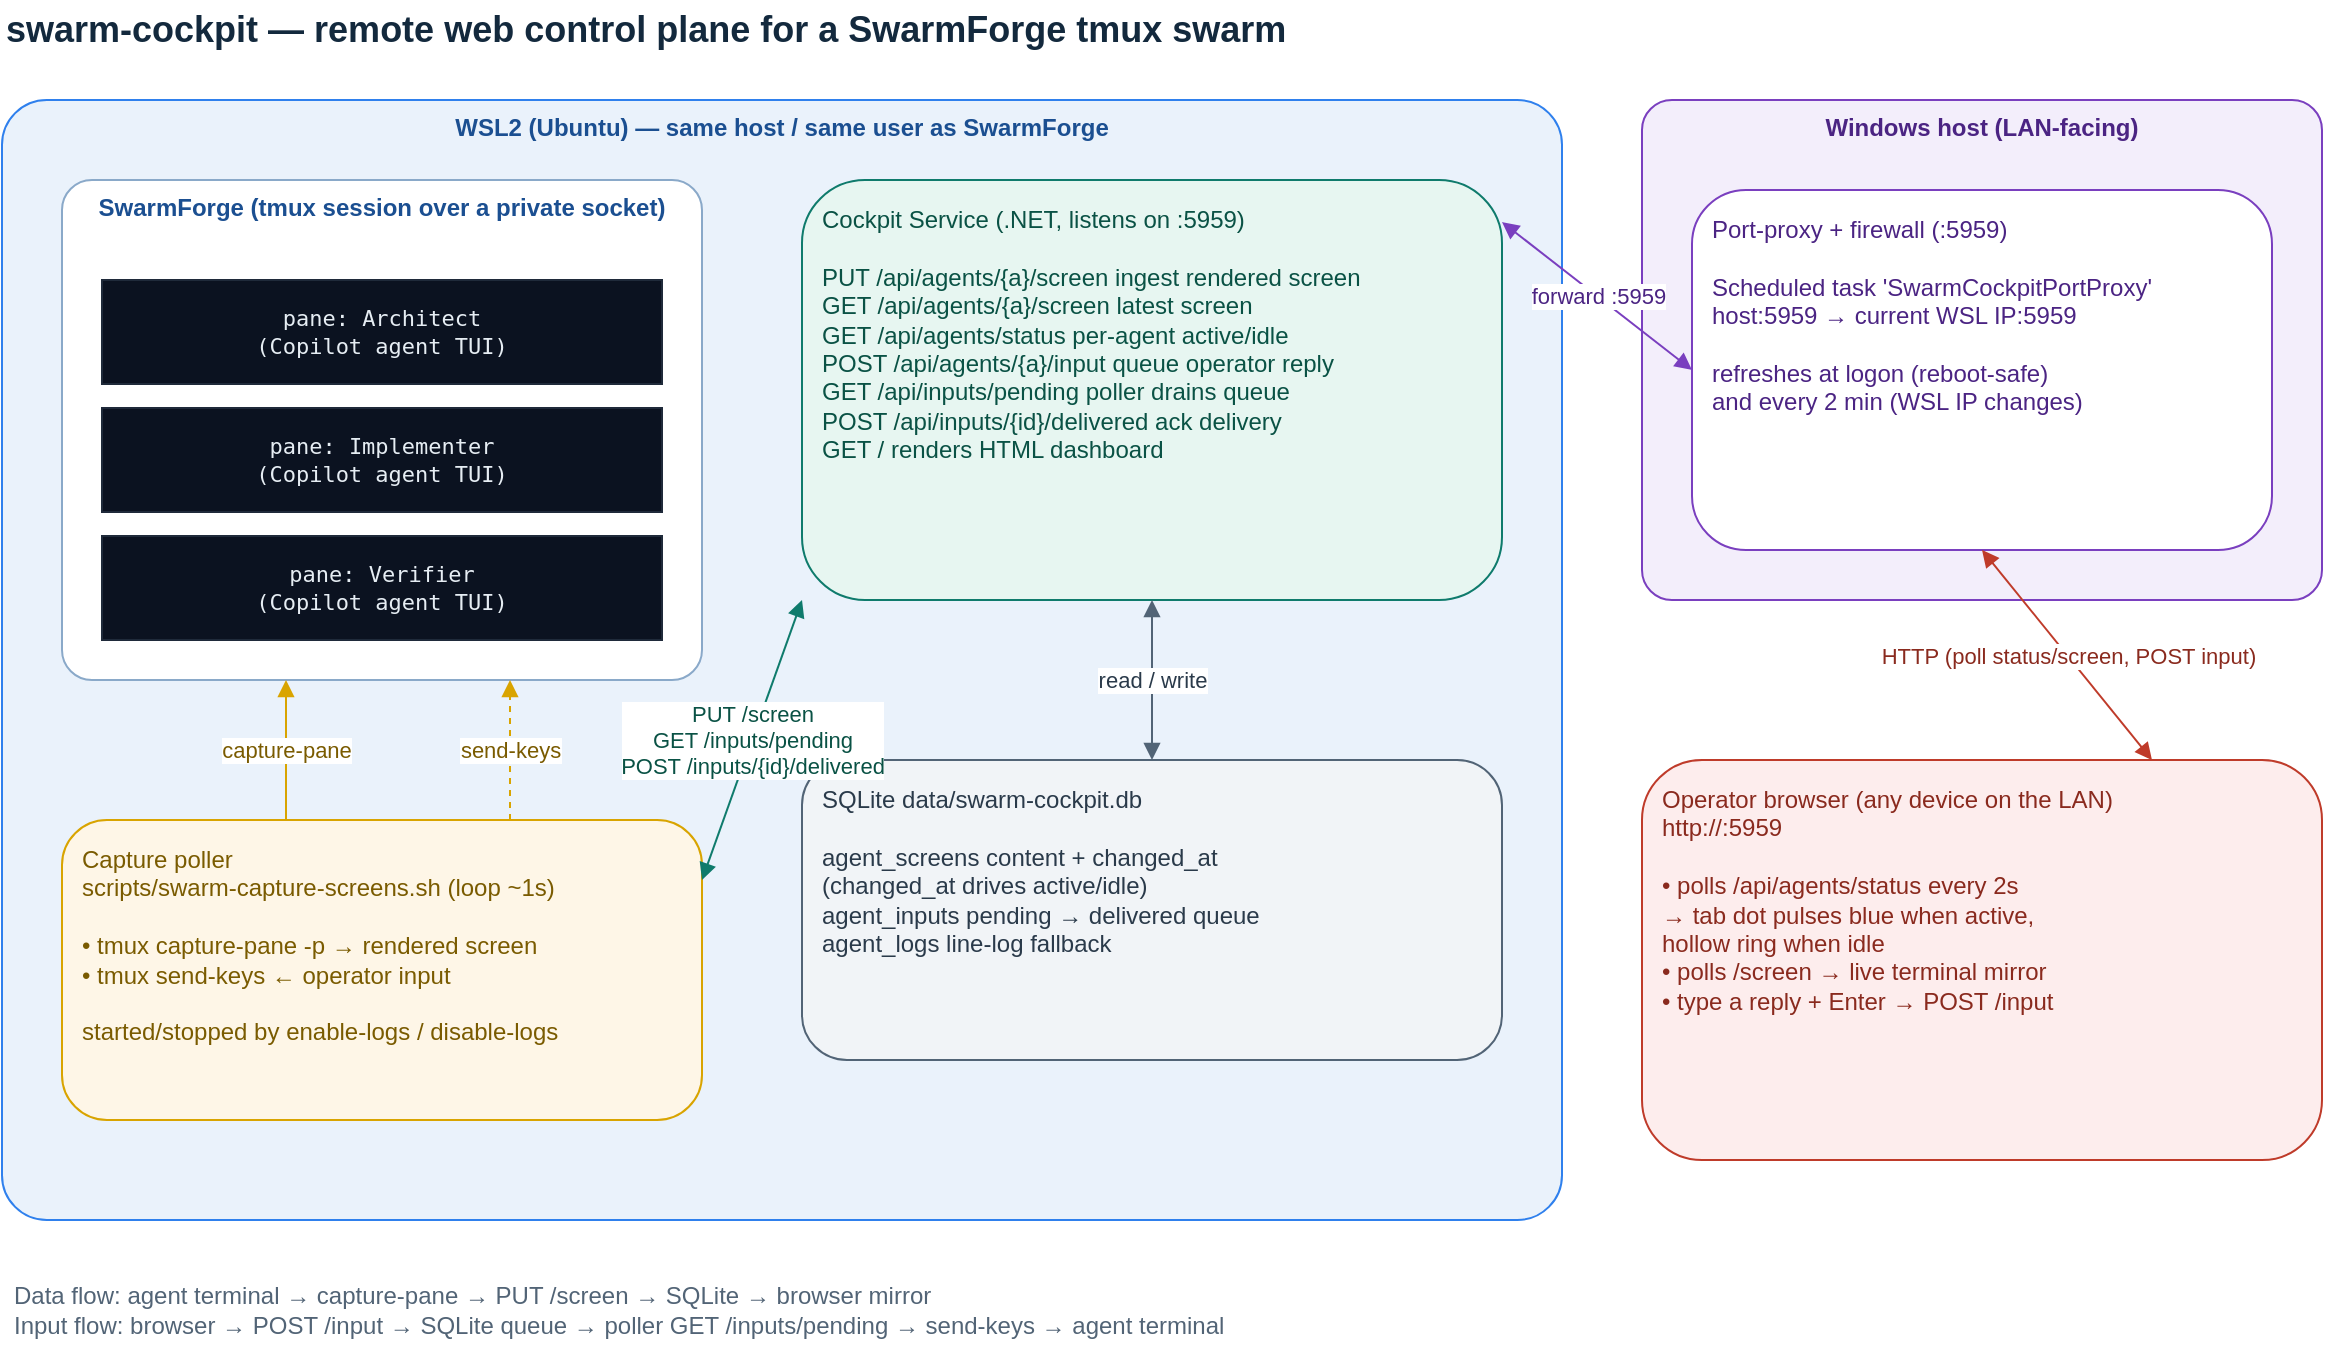
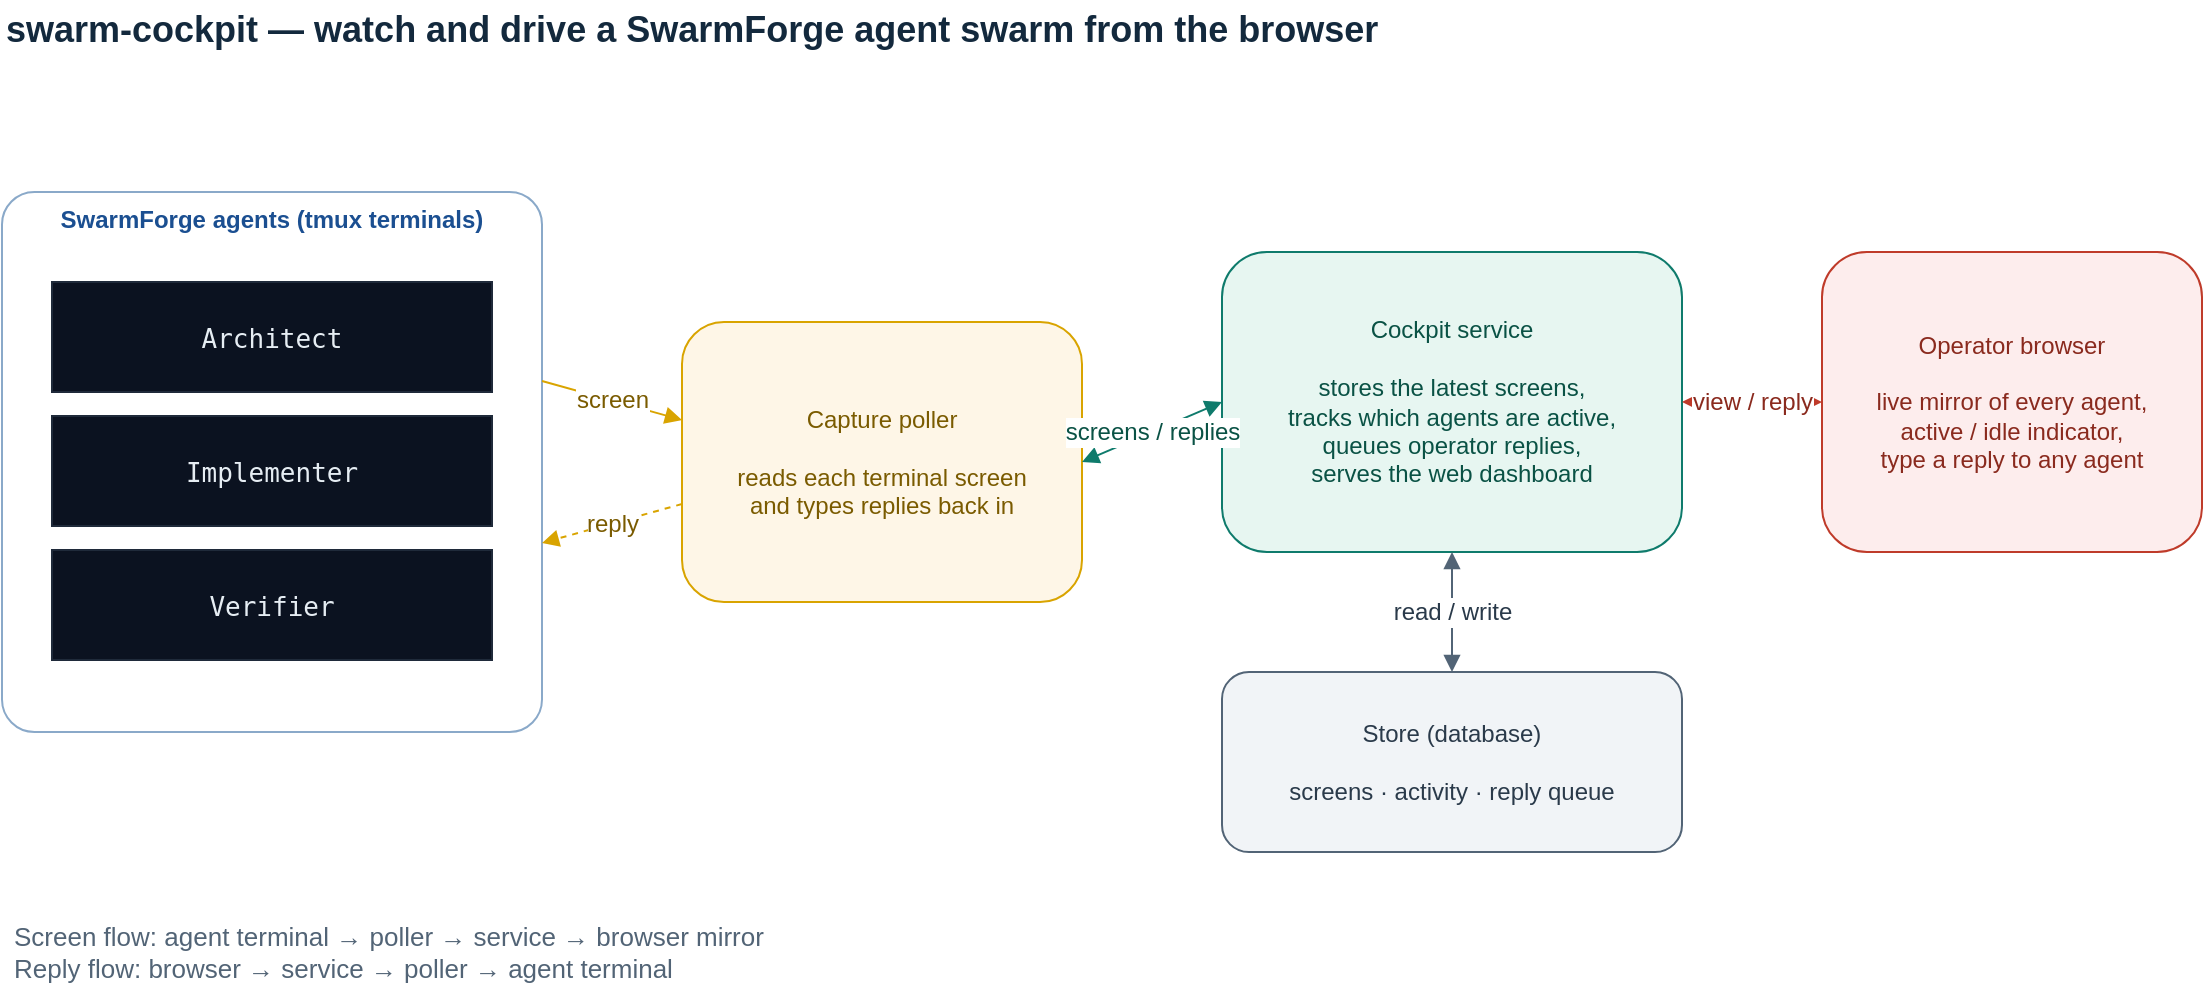
<mxfile host="app.diagrams.net" type="device">
  <diagram id="swarm-cockpit-arch" name="Architecture">
-     <mxGraphModel dx="1200" dy="820" grid="1" gridSize="10" guides="1" tooltips="1" connect="1" arrows="1" fold="1" page="1" pageScale="1" pageWidth="1240" pageHeight="720" math="0" shadow="0">
+     <mxGraphModel dx="1200" dy="820" grid="1" gridSize="10" guides="1" tooltips="1" connect="1" arrows="1" fold="1" page="1" pageScale="1" pageWidth="1180" pageHeight="560" math="0" shadow="0">
      <root>
        <mxCell id="0" />
        <mxCell id="1" parent="0" />

-         <mxCell id="title" value="swarm-cockpit — remote web control plane for a SwarmForge tmux swarm" style="text;html=1;align=left;verticalAlign=middle;fontSize=18;fontStyle=1;fontColor=#13293D;" vertex="1" parent="1">
-           <mxGeometry x="40" y="20" width="1000" height="30" as="geometry" />
+         <mxCell id="title" value="swarm-cockpit — watch and drive a SwarmForge agent swarm from the browser" style="text;html=1;align=left;verticalAlign=middle;fontSize=18;fontStyle=1;fontColor=#13293D;" vertex="1" parent="1">
+           <mxGeometry x="40" y="24" width="1000" height="30" as="geometry" />
        </mxCell>

-         <mxCell id="wsl" value="WSL2 (Ubuntu) — same host / same user as SwarmForge" style="rounded=1;whiteSpace=wrap;html=1;fillColor=#EAF2FB;strokeColor=#2F80ED;verticalAlign=top;fontStyle=1;fontColor=#1B4F91;arcSize=4;" vertex="1" parent="1">
-           <mxGeometry x="40" y="70" width="780" height="560" as="geometry" />
+         <mxCell id="tmux" value="SwarmForge agents  (tmux terminals)" style="rounded=1;whiteSpace=wrap;html=1;fillColor=#FFFFFF;strokeColor=#8AA9C9;verticalAlign=top;fontStyle=1;fontColor=#1B4F91;arcSize=6;" vertex="1" parent="1">
+           <mxGeometry x="40" y="120" width="270" height="270" as="geometry" />
+         </mxCell>
+         <mxCell id="pane-a" value="Architect" style="rounded=0;whiteSpace=wrap;html=1;fillColor=#0B1220;strokeColor=#1F2A3A;fontColor=#E6EDF3;fontFamily=monospace;fontSize=13;" vertex="1" parent="1">
+           <mxGeometry x="65" y="165" width="220" height="55" as="geometry" />
+         </mxCell>
+         <mxCell id="pane-i" value="Implementer" style="rounded=0;whiteSpace=wrap;html=1;fillColor=#0B1220;strokeColor=#1F2A3A;fontColor=#E6EDF3;fontFamily=monospace;fontSize=13;" vertex="1" parent="1">
+           <mxGeometry x="65" y="232" width="220" height="55" as="geometry" />
+         </mxCell>
+         <mxCell id="pane-v" value="Verifier" style="rounded=0;whiteSpace=wrap;html=1;fillColor=#0B1220;strokeColor=#1F2A3A;fontColor=#E6EDF3;fontFamily=monospace;fontSize=13;" vertex="1" parent="1">
+           <mxGeometry x="65" y="299" width="220" height="55" as="geometry" />
        </mxCell>

-         <mxCell id="tmux" value="SwarmForge  (tmux session over a private socket)" style="rounded=1;whiteSpace=wrap;html=1;fillColor=#FFFFFF;strokeColor=#8AA9C9;verticalAlign=top;fontStyle=1;fontColor=#1B4F91;arcSize=6;" vertex="1" parent="1">
-           <mxGeometry x="70" y="110" width="320" height="250" as="geometry" />
-         </mxCell>
-         <mxCell id="pane-a" value="pane: Architect&#10;(Copilot agent TUI)" style="rounded=0;whiteSpace=wrap;html=1;fillColor=#0B1220;strokeColor=#1F2A3A;fontColor=#E6EDF3;fontFamily=monospace;fontSize=11;" vertex="1" parent="1">
-           <mxGeometry x="90" y="160" width="280" height="52" as="geometry" />
-         </mxCell>
-         <mxCell id="pane-i" value="pane: Implementer&#10;(Copilot agent TUI)" style="rounded=0;whiteSpace=wrap;html=1;fillColor=#0B1220;strokeColor=#1F2A3A;fontColor=#E6EDF3;fontFamily=monospace;fontSize=11;" vertex="1" parent="1">
-           <mxGeometry x="90" y="224" width="280" height="52" as="geometry" />
-         </mxCell>
-         <mxCell id="pane-v" value="pane: Verifier&#10;(Copilot agent TUI)" style="rounded=0;whiteSpace=wrap;html=1;fillColor=#0B1220;strokeColor=#1F2A3A;fontColor=#E6EDF3;fontFamily=monospace;fontSize=11;" vertex="1" parent="1">
-           <mxGeometry x="90" y="288" width="280" height="52" as="geometry" />
+         <mxCell id="poller" value="Capture poller&#10;&#10;reads each terminal screen&#10;and types replies back in" style="rounded=1;whiteSpace=wrap;html=1;fillColor=#FEF6E7;strokeColor=#D9A400;align=center;verticalAlign=middle;fontColor=#7A5B00;" vertex="1" parent="1">
+           <mxGeometry x="380" y="185" width="200" height="140" as="geometry" />
        </mxCell>

-         <mxCell id="poller" value="Capture poller&#10;scripts/swarm-capture-screens.sh  (loop ~1s)&#10;&#10;• tmux capture-pane -p  →  rendered screen&#10;• tmux send-keys        ←  operator input&#10;&#10;started/stopped by enable-logs / disable-logs" style="rounded=1;whiteSpace=wrap;html=1;fillColor=#FEF6E7;strokeColor=#D9A400;align=left;verticalAlign=top;spacingLeft=8;spacingTop=6;fontColor=#7A5B00;" vertex="1" parent="1">
-           <mxGeometry x="70" y="430" width="320" height="150" as="geometry" />
+         <mxCell id="svc" value="Cockpit service&#10;&#10;stores the latest screens,&#10;tracks which agents are active,&#10;queues operator replies,&#10;serves the web dashboard" style="rounded=1;whiteSpace=wrap;html=1;fillColor=#E7F6F1;strokeColor=#0F7B6C;align=center;verticalAlign=middle;fontColor=#0A5245;" vertex="1" parent="1">
+           <mxGeometry x="650" y="150" width="230" height="150" as="geometry" />
        </mxCell>

-         <mxCell id="svc" value="Cockpit Service   (.NET, listens on :5959)&#10;&#10;PUT  /api/agents/{a}/screen      ingest rendered screen&#10;GET  /api/agents/{a}/screen      latest screen&#10;GET  /api/agents/status          per-agent active/idle&#10;POST /api/agents/{a}/input       queue operator reply&#10;GET  /api/inputs/pending         poller drains queue&#10;POST /api/inputs/{id}/delivered  ack delivery&#10;GET  /                           renders HTML dashboard" style="rounded=1;whiteSpace=wrap;html=1;fillColor=#E7F6F1;strokeColor=#0F7B6C;align=left;verticalAlign=top;spacingLeft=8;spacingTop=6;fontColor=#0A5245;" vertex="1" parent="1">
-           <mxGeometry x="440" y="110" width="350" height="210" as="geometry" />
+         <mxCell id="db" value="Store  (database)&#10;&#10;screens · activity · reply queue" style="rounded=1;whiteSpace=wrap;html=1;fillColor=#F1F4F7;strokeColor=#526476;align=center;verticalAlign=middle;fontColor=#2A3A4A;" vertex="1" parent="1">
+           <mxGeometry x="650" y="360" width="230" height="90" as="geometry" />
        </mxCell>

-         <mxCell id="db" value="SQLite   data/swarm-cockpit.db&#10;&#10;agent_screens  content + changed_at&#10;                (changed_at drives active/idle)&#10;agent_inputs   pending → delivered queue&#10;agent_logs     line-log fallback" style="rounded=1;whiteSpace=wrap;html=1;fillColor=#F1F4F7;strokeColor=#526476;align=left;verticalAlign=top;spacingLeft=8;spacingTop=6;fontColor=#2A3A4A;" vertex="1" parent="1">
-           <mxGeometry x="440" y="400" width="350" height="150" as="geometry" />
+         <mxCell id="browser" value="Operator browser&#10;&#10;live mirror of every agent,&#10;active / idle indicator,&#10;type a reply to any agent" style="rounded=1;whiteSpace=wrap;html=1;fillColor=#FDEDED;strokeColor=#BF3B2A;align=center;verticalAlign=middle;fontColor=#8A2A1E;" vertex="1" parent="1">
+           <mxGeometry x="950" y="150" width="190" height="150" as="geometry" />
        </mxCell>

-         <mxCell id="win" value="Windows host  (LAN-facing)" style="rounded=1;whiteSpace=wrap;html=1;fillColor=#F3EEFB;strokeColor=#7A3FBF;verticalAlign=top;fontStyle=1;fontColor=#4B2483;arcSize=6;" vertex="1" parent="1">
-           <mxGeometry x="860" y="70" width="340" height="250" as="geometry" />
-         </mxCell>
-         <mxCell id="proxy" value="Port-proxy + firewall  (:5959)&#10;&#10;Scheduled task 'SwarmCockpitPortProxy'&#10;host:5959  →  current WSL IP:5959&#10;&#10;refreshes at logon (reboot-safe)&#10;and every 2 min (WSL IP changes)" style="rounded=1;whiteSpace=wrap;html=1;fillColor=#FFFFFF;strokeColor=#7A3FBF;align=left;verticalAlign=top;spacingLeft=8;spacingTop=6;fontColor=#4B2483;" vertex="1" parent="1">
-           <mxGeometry x="885" y="115" width="290" height="180" as="geometry" />
-         </mxCell>
- 
-         <mxCell id="browser" value="Operator browser   (any device on the LAN)&#10;http://&lt;windows-host&gt;:5959&#10;&#10;• polls /api/agents/status every 2s&#10;   → tab dot pulses blue when active,&#10;      hollow ring when idle&#10;• polls /screen → live terminal mirror&#10;• type a reply + Enter → POST /input" style="rounded=1;whiteSpace=wrap;html=1;fillColor=#FDEDED;strokeColor=#BF3B2A;align=left;verticalAlign=top;spacingLeft=8;spacingTop=6;fontColor=#8A2A1E;" vertex="1" parent="1">
-           <mxGeometry x="860" y="400" width="340" height="200" as="geometry" />
-         </mxCell>
- 
-         <mxCell id="e-capture" value="capture-pane" style="endArrow=block;html=1;strokeColor=#D9A400;fontColor=#7A5B00;fontSize=11;labelBackgroundColor=#FFFFFF;exitX=0.35;exitY=0;exitDx=0;exitDy=0;entryX=0.35;entryY=1;entryDx=0;entryDy=0;" edge="1" parent="1" source="poller" target="tmux">
+         <mxCell id="e-capture" value="screen" style="endArrow=block;html=1;strokeColor=#D9A400;fontColor=#7A5B00;fontSize=12;labelBackgroundColor=#FFFFFF;exitX=1;exitY=0.35;exitDx=0;exitDy=0;entryX=0;entryY=0.35;entryDx=0;entryDy=0;" edge="1" parent="1" source="tmux" target="poller">
          <mxGeometry relative="1" as="geometry" />
        </mxCell>
-         <mxCell id="e-sendkeys" value="send-keys" style="endArrow=block;html=1;strokeColor=#D9A400;fontColor=#7A5B00;fontSize=11;dashed=1;labelBackgroundColor=#FFFFFF;exitX=0.7;exitY=0;exitDx=0;exitDy=0;entryX=0.7;entryY=1;entryDx=0;entryDy=0;" edge="1" parent="1" source="poller" target="tmux">
+         <mxCell id="e-sendkeys" value="reply" style="endArrow=block;html=1;strokeColor=#D9A400;fontColor=#7A5B00;fontSize=12;dashed=1;labelBackgroundColor=#FFFFFF;exitX=0;exitY=0.65;exitDx=0;exitDy=0;entryX=1;entryY=0.65;entryDx=0;entryDy=0;" edge="1" parent="1" source="poller" target="tmux">
          <mxGeometry relative="1" as="geometry" />
        </mxCell>

-         <mxCell id="e-put" value="PUT /screen&#10;GET /inputs/pending&#10;POST /inputs/{id}/delivered" style="endArrow=block;startArrow=block;html=1;strokeColor=#0F7B6C;fontColor=#0A5245;fontSize=11;exitX=1;exitY=0.2;exitDx=0;exitDy=0;entryX=0;entryY=1;entryDx=0;entryDy=0;" edge="1" parent="1" source="poller" target="svc">
+         <mxCell id="e-svc" value="screens / replies" style="endArrow=block;startArrow=block;html=1;strokeColor=#0F7B6C;fontColor=#0A5245;fontSize=12;labelBackgroundColor=#FFFFFF;exitX=1;exitY=0.5;exitDx=0;exitDy=0;entryX=0;entryY=0.5;entryDx=0;entryDy=0;" edge="1" parent="1" source="poller" target="svc">
          <mxGeometry relative="1" as="geometry" />
        </mxCell>

-         <mxCell id="e-db" value="read / write" style="endArrow=block;startArrow=block;html=1;strokeColor=#526476;fontColor=#2A3A4A;fontSize=11;exitX=0.5;exitY=1;exitDx=0;exitDy=0;entryX=0.5;entryY=0;entryDx=0;entryDy=0;" edge="1" parent="1" source="svc" target="db">
+         <mxCell id="e-db" value="read / write" style="endArrow=block;startArrow=block;html=1;strokeColor=#526476;fontColor=#2A3A4A;fontSize=12;labelBackgroundColor=#FFFFFF;exitX=0.5;exitY=1;exitDx=0;exitDy=0;entryX=0.5;entryY=0;entryDx=0;entryDy=0;" edge="1" parent="1" source="svc" target="db">
          <mxGeometry relative="1" as="geometry" />
        </mxCell>

-         <mxCell id="e-proxy" value="forward :5959" style="endArrow=block;startArrow=block;html=1;strokeColor=#7A3FBF;fontColor=#4B2483;fontSize=11;exitX=0;exitY=0.5;exitDx=0;exitDy=0;entryX=1;entryY=0.1;entryDx=0;entryDy=0;" edge="1" parent="1" source="proxy" target="svc">
+         <mxCell id="e-http" value="view / reply" style="endArrow=block;startArrow=block;html=1;strokeColor=#BF3B2A;fontColor=#8A2A1E;fontSize=12;labelBackgroundColor=#FFFFFF;exitX=0;exitY=0.5;exitDx=0;exitDy=0;entryX=1;entryY=0.5;entryDx=0;entryDy=0;" edge="1" parent="1" source="browser" target="svc">
          <mxGeometry relative="1" as="geometry" />
        </mxCell>

-         <mxCell id="e-http" value="HTTP  (poll status/screen, POST input)" style="endArrow=block;startArrow=block;html=1;strokeColor=#BF3B2A;fontColor=#8A2A1E;fontSize=11;exitX=0.75;exitY=0;exitDx=0;exitDy=0;entryX=0.5;entryY=1;entryDx=0;entryDy=0;" edge="1" parent="1" source="browser" target="proxy">
-           <mxGeometry relative="1" as="geometry" />
-         </mxCell>
- 
-         <mxCell id="legend" value="Data flow:  agent terminal → capture-pane → PUT /screen → SQLite → browser mirror&#10;Input flow:  browser → POST /input → SQLite queue → poller GET /inputs/pending → send-keys → agent terminal" style="text;html=1;align=left;verticalAlign=middle;fontSize=12;fontColor=#526476;spacingLeft=4;" vertex="1" parent="1">
-           <mxGeometry x="40" y="650" width="1160" height="50" as="geometry" />
+         <mxCell id="legend" value="Screen flow:  agent terminal → poller → service → browser mirror&#10;Reply flow:  browser → service → poller → agent terminal" style="text;html=1;align=left;verticalAlign=middle;fontSize=13;fontColor=#526476;spacingLeft=4;" vertex="1" parent="1">
+           <mxGeometry x="40" y="475" width="1100" height="50" as="geometry" />
        </mxCell>

      </root>
    </mxGraphModel>
  </diagram>
</mxfile>
